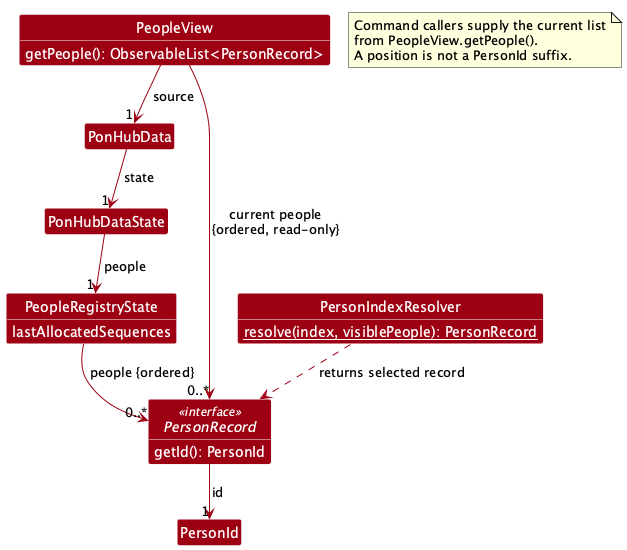
The PlantUML diagram docs/images/PeopleSelectionClassDiagram.png in AY2627S1-CS2103T-F13-3/tp, before a commit. Its diagram source:
```plantuml
@startuml
!pragma layout smetana

skinparam linetype ortho
skinparam shadowing false
skinparam classBackgroundColor #9D0012
skinparam classFontColor white
skinparam classAttributeFontColor white
skinparam classStereotypeFontColor white
skinparam classBorderColor white
skinparam arrowColor #9D0012
skinparam classFontSize 15
skinparam classAttributeFontSize 14
show members
hide empty members
hide circle

class PonHubData
class PonHubDataState
class PeopleRegistryState {
    lastAllocatedSequences
}
interface PersonRecord <<interface>> {
    getId(): PersonId
}
class PersonId
class PeopleView {
    getPeople(): ObservableList<PersonRecord>
}
class PersonIndexResolver {
    {static} resolve(index, visiblePeople): PersonRecord
}

PonHubData --> "1" PonHubDataState : state
PonHubDataState --> "1" PeopleRegistryState : people
PeopleRegistryState --> "0..*" PersonRecord : people {ordered}
PersonRecord --> "1" PersonId : id
PeopleView --> "1" PonHubData : source
PeopleView --> "0..*" PersonRecord : current people\n{ordered, read-only}
PersonIndexResolver ..> PersonRecord : returns selected record

note as SelectorNote
  Command callers supply the current list
  from PeopleView.getPeople().
  A position is not a PersonId suffix.
end note
@enduml
```
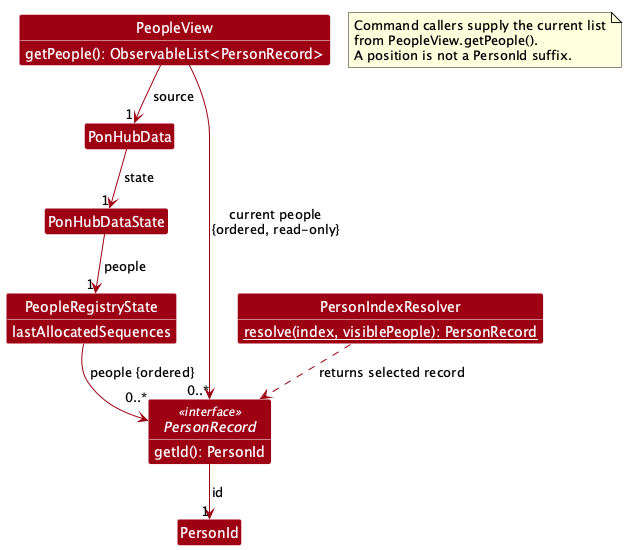
After the change.

Commit message:
Separate the people-selection multiplicity label

Diff of the diagram source:
```diff
@@ -33,7 +33,7 @@
 
 PonHubData --> "1" PonHubDataState : state
 PonHubDataState --> "1" PeopleRegistryState : people
-PeopleRegistryState --> "0..*" PersonRecord : people {ordered}
+PeopleRegistryState --> "0..*\n" PersonRecord : people {ordered}
 PersonRecord --> "1" PersonId : id
 PeopleView --> "1" PonHubData : source
 PeopleView --> "0..*" PersonRecord : current people\n{ordered, read-only}
```
